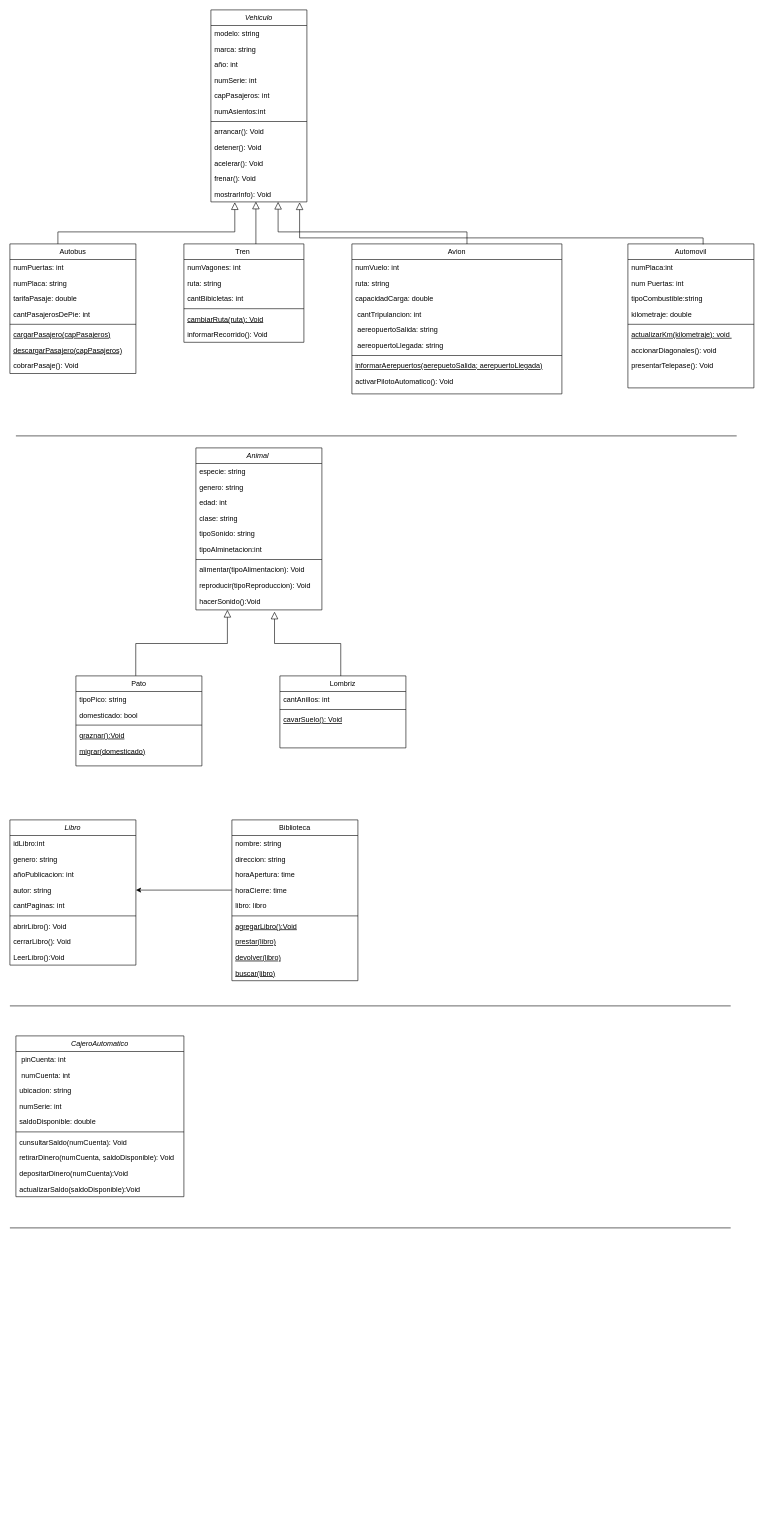
Above: Diagrama sin título.drawio in diroco1964/diagramaClases (draw.io), before the change. Source tidied: cells renumbered, new cells numbered last; positions are measured from the earlier drawing's top-left corner, leaving out a move shared by most shapes. Both pictures are drawn from the tidied source at 60%, with x=0, y=0 at pixel (10, 10).
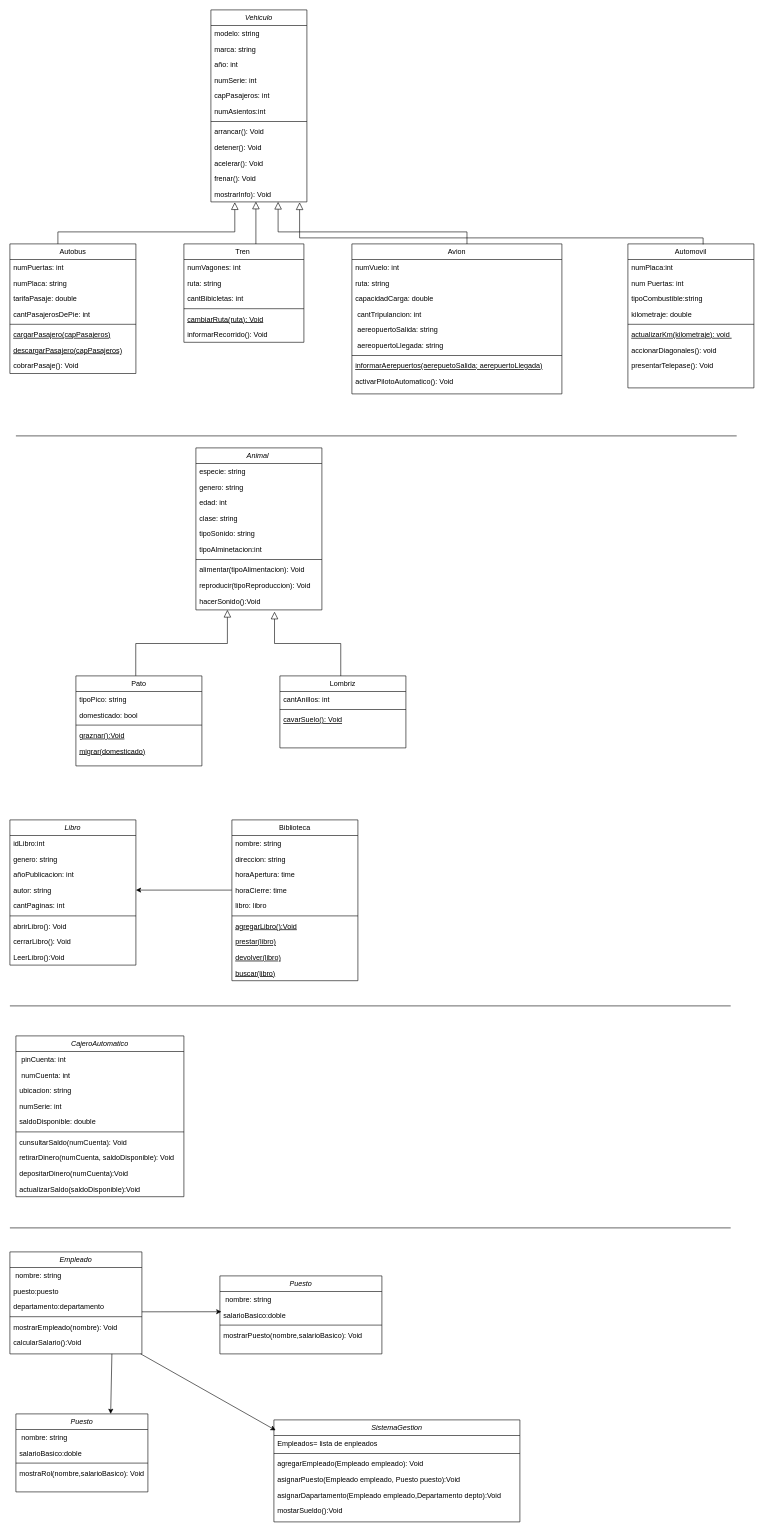
Above is the later version.

Change to the diagram source:
```diff
@@
+    <mxCell id="113" value="Empleado" style="swimlane;fontStyle=2;align=center;verticalAlign=top;horizontal=1;startSize=26;rounded=0;shadow=0;strokeWidth=1;" parent="1" vertex="1">
+      <mxGeometry y="2070" width="220" height="170" as="geometry" />
+    </mxCell>
+    <mxCell id="114" value=" nombre: string" style="text;align=left;verticalAlign=top;spacingLeft=4;spacingRight=4;overflow=hidden;" parent="113" vertex="1">
+      <mxGeometry y="26" width="220" height="26" as="geometry" />
+    </mxCell>
+    <mxCell id="115" value="puesto:puesto" style="text;align=left;verticalAlign=top;spacingLeft=4;spacingRight=4;overflow=hidden;" parent="113" vertex="1">
+      <mxGeometry y="52" width="220" height="26" as="geometry" />
+    </mxCell>
+    <mxCell id="116" value="departamento:departamento" style="text;align=left;verticalAlign=top;spacingLeft=4;spacingRight=4;overflow=hidden;points=[[0,0.5],[1,0.5]];portConstraint=eastwest;" parent="113" vertex="1">
+      <mxGeometry y="78" width="220" height="26" as="geometry" />
+    </mxCell>
+    <mxCell id="117" style="line;html=1;strokeWidth=1;align=left;verticalAlign=middle;spacingTop=-1;spacingLeft=3;spacingRight=3;labelPosition=right;" parent="113" vertex="1">
+      <mxGeometry y="104" width="220" height="8" as="geometry" />
+    </mxCell>
+    <mxCell id="118" value="mostrarEmpleado(nombre): Void" style="text;align=left;verticalAlign=top;spacingLeft=4;spacingRight=4;overflow=hidden;" parent="113" vertex="1">
+      <mxGeometry y="112" width="220" height="26" as="geometry" />
+    </mxCell>
+    <mxCell id="119" value="calcularSalario():Void" style="text;align=left;verticalAlign=top;spacingLeft=4;spacingRight=4;overflow=hidden;" parent="113" vertex="1">
+      <mxGeometry y="138" width="220" height="26" as="geometry" />
+    </mxCell>
+    <mxCell id="120" style="endArrow=classic;html=1;rounded=0;exitX=1;exitY=0.841;exitDx=0;exitDy=0;exitPerimeter=0;entryX=0.009;entryY=0.297;entryDx=0;entryDy=0;entryPerimeter=0;" parent="1" edge="1" source="116" target="128">
+      <mxGeometry relative="1" as="geometry" />
+    </mxCell>
+    <mxCell id="121" value="Puesto" style="swimlane;fontStyle=2;align=center;verticalAlign=top;horizontal=1;startSize=26;rounded=0;shadow=0;strokeWidth=1;" parent="1" vertex="1">
+      <mxGeometry x="10" y="2340" width="220" height="130" as="geometry" />
+    </mxCell>
+    <mxCell id="122" value=" nombre: string" style="text;align=left;verticalAlign=top;spacingLeft=4;spacingRight=4;overflow=hidden;" parent="121" vertex="1">
+      <mxGeometry y="26" width="220" height="26" as="geometry" />
+    </mxCell>
+    <mxCell id="123" value="salarioBasico:doble" style="text;align=left;verticalAlign=top;spacingLeft=4;spacingRight=4;overflow=hidden;" parent="121" vertex="1">
+      <mxGeometry y="52" width="220" height="26" as="geometry" />
+    </mxCell>
+    <mxCell id="124" style="line;html=1;strokeWidth=1;align=left;verticalAlign=middle;spacingTop=-1;spacingLeft=3;spacingRight=3;labelPosition=right;" parent="121" vertex="1">
+      <mxGeometry y="78" width="220" height="8" as="geometry" />
+    </mxCell>
+    <mxCell id="125" value="mostraRol(nombre,salarioBasico): Void" style="text;align=left;verticalAlign=top;spacingLeft=4;spacingRight=4;overflow=hidden;" parent="121" vertex="1">
+      <mxGeometry y="86" width="220" height="26" as="geometry" />
+    </mxCell>
+    <mxCell id="126" value="Puesto" style="swimlane;fontStyle=2;align=center;verticalAlign=top;horizontal=1;startSize=26;rounded=0;shadow=0;strokeWidth=1;" parent="1" vertex="1">
+      <mxGeometry x="350" y="2110" width="270" height="130" as="geometry" />
+    </mxCell>
+    <mxCell id="127" value=" nombre: string" style="text;align=left;verticalAlign=top;spacingLeft=4;spacingRight=4;overflow=hidden;" parent="126" vertex="1">
+      <mxGeometry y="26" width="270" height="26" as="geometry" />
+    </mxCell>
+    <mxCell id="128" value="salarioBasico:doble" style="text;align=left;verticalAlign=top;spacingLeft=4;spacingRight=4;overflow=hidden;points=[[0,0.5],[1,0.5]];portConstraint=eastwest;" parent="126" vertex="1">
+      <mxGeometry y="52" width="270" height="26" as="geometry" />
+    </mxCell>
+    <mxCell id="129" style="line;html=1;strokeWidth=1;align=left;verticalAlign=middle;spacingTop=-1;spacingLeft=3;spacingRight=3;labelPosition=right;" parent="126" vertex="1">
+      <mxGeometry y="78" width="270" height="8" as="geometry" />
+    </mxCell>
+    <mxCell id="130" value="mostrarPuesto(nombre,salarioBasico): Void" style="text;align=left;verticalAlign=top;spacingLeft=4;spacingRight=4;overflow=hidden;" parent="126" vertex="1">
+      <mxGeometry y="86" width="270" height="26" as="geometry" />
+    </mxCell>
+    <mxCell id="131" style="endArrow=classic;html=1;rounded=0;entryX=0.718;entryY=0;entryDx=0;entryDy=0;entryPerimeter=0;" parent="1" edge="1" target="121">
+      <mxGeometry relative="1" as="geometry">
+        <mxPoint x="170" y="2240" as="sourcePoint" />
+      </mxGeometry>
+    </mxCell>
+    <mxCell id="132" value="SistemaGestion" style="swimlane;fontStyle=2;align=center;verticalAlign=top;horizontal=1;startSize=26;rounded=0;shadow=0;strokeWidth=1;" parent="1" vertex="1">
+      <mxGeometry x="440" y="2350" width="410" height="170" as="geometry" />
+    </mxCell>
+    <mxCell id="133" value="Empleados= lista de enpleados" style="text;align=left;verticalAlign=top;spacingLeft=4;spacingRight=4;overflow=hidden;" parent="132" vertex="1">
+      <mxGeometry y="26" width="410" height="26" as="geometry" />
+    </mxCell>
+    <mxCell id="134" style="line;html=1;strokeWidth=1;align=left;verticalAlign=middle;spacingTop=-1;spacingLeft=3;spacingRight=3;labelPosition=right;" parent="132" vertex="1">
+      <mxGeometry y="52" width="410" height="8" as="geometry" />
+    </mxCell>
+    <mxCell id="135" value="agregarEmpleado(Empleado empleado): Void" style="text;align=left;verticalAlign=top;spacingLeft=4;spacingRight=4;overflow=hidden;" parent="132" vertex="1">
+      <mxGeometry y="60" width="410" height="26" as="geometry" />
+    </mxCell>
+    <mxCell id="136" value="asignarPuesto(Empleado empleado, Puesto puesto):Void" style="text;align=left;verticalAlign=top;spacingLeft=4;spacingRight=4;overflow=hidden;" parent="132" vertex="1">
+      <mxGeometry y="86" width="410" height="26" as="geometry" />
+    </mxCell>
+    <mxCell id="137" value="asignarDapartamento(Empleado empleado,Departamento depto):Void" style="text;align=left;verticalAlign=top;spacingLeft=4;spacingRight=4;overflow=hidden;" parent="132" vertex="1">
+      <mxGeometry y="112" width="410" height="26" as="geometry" />
+    </mxCell>
+    <mxCell id="138" value="mostarSueldo():Void" style="text;align=left;verticalAlign=top;spacingLeft=4;spacingRight=4;overflow=hidden;" parent="132" vertex="1">
+      <mxGeometry y="138" width="410" height="26" as="geometry" />
+    </mxCell>
+    <mxCell id="139" style="endArrow=classic;html=1;rounded=0;exitX=1;exitY=0.841;exitDx=0;exitDy=0;exitPerimeter=0;entryX=0.007;entryY=0.102;entryDx=0;entryDy=0;entryPerimeter=0;" parent="1" edge="1" target="132">
+      <mxGeometry relative="1" as="geometry">
+        <mxPoint x="218" y="2240" as="sourcePoint" />
+      </mxGeometry>
+    </mxCell>
```
